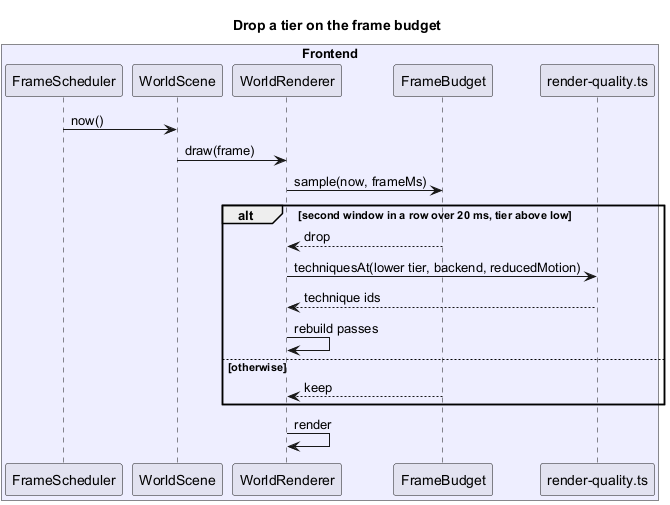
Before: docs/detailed-designs/world-ride/render-scene-quality/diagrams/sequence-drop-tier.png, a diagram exported from PlantUML (QuinntyneBrown/ride-one). Source of this version:
```plantuml
@startuml
title Drop a tier on the frame budget
box "Frontend" #EEF
participant FrameScheduler
participant WorldScene
participant WorldRenderer
participant FrameBudget
participant "render-quality.ts" as RQ
end box
FrameScheduler -> WorldScene : now()
WorldScene -> WorldRenderer : draw(frame)
WorldRenderer -> FrameBudget : sample(now, frameMs)
alt second window in a row over 20 ms, tier above low
  FrameBudget --> WorldRenderer : drop
  WorldRenderer -> RQ : techniquesAt(lower tier, backend, reducedMotion)
  RQ --> WorldRenderer : technique ids
  WorldRenderer -> WorldRenderer : rebuild passes
else otherwise
  FrameBudget --> WorldRenderer : keep
end
WorldRenderer -> WorldRenderer : render
@enduml
```
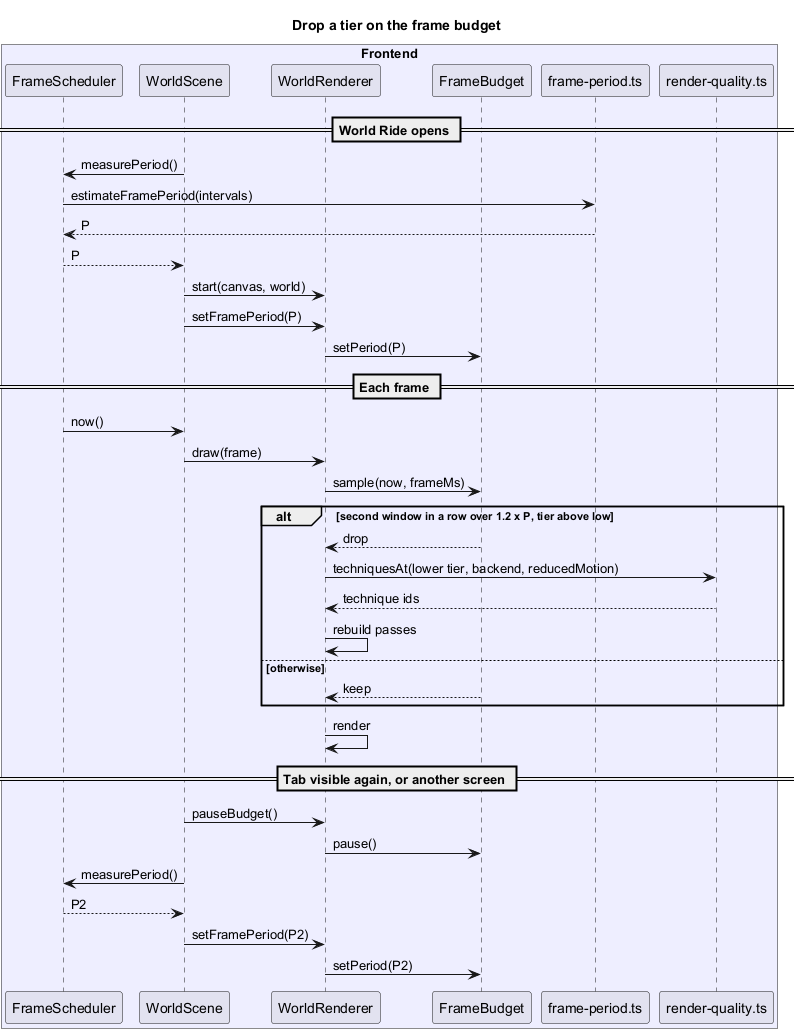
The same diagram one commit later.

Commit message:
Judge World Ride frames against the display's measured frame period

Diff of the diagram source:
```diff
@@ -5,12 +5,22 @@
 participant WorldScene
 participant WorldRenderer
 participant FrameBudget
+participant "frame-period.ts" as FP
 participant "render-quality.ts" as RQ
 end box
+== World Ride opens ==
+WorldScene -> FrameScheduler : measurePeriod()
+FrameScheduler -> FP : estimateFramePeriod(intervals)
+FP --> FrameScheduler : P
+FrameScheduler --> WorldScene : P
+WorldScene -> WorldRenderer : start(canvas, world)
+WorldScene -> WorldRenderer : setFramePeriod(P)
+WorldRenderer -> FrameBudget : setPeriod(P)
+== Each frame ==
 FrameScheduler -> WorldScene : now()
 WorldScene -> WorldRenderer : draw(frame)
 WorldRenderer -> FrameBudget : sample(now, frameMs)
-alt second window in a row over 20 ms, tier above low
+alt second window in a row over 1.2 x P, tier above low
   FrameBudget --> WorldRenderer : drop
   WorldRenderer -> RQ : techniquesAt(lower tier, backend, reducedMotion)
   RQ --> WorldRenderer : technique ids
@@ -19,4 +29,11 @@
   FrameBudget --> WorldRenderer : keep
 end
 WorldRenderer -> WorldRenderer : render
+== Tab visible again, or another screen ==
+WorldScene -> WorldRenderer : pauseBudget()
+WorldRenderer -> FrameBudget : pause()
+WorldScene -> FrameScheduler : measurePeriod()
+FrameScheduler --> WorldScene : P2
+WorldScene -> WorldRenderer : setFramePeriod(P2)
+WorldRenderer -> FrameBudget : setPeriod(P2)
 @enduml
```
